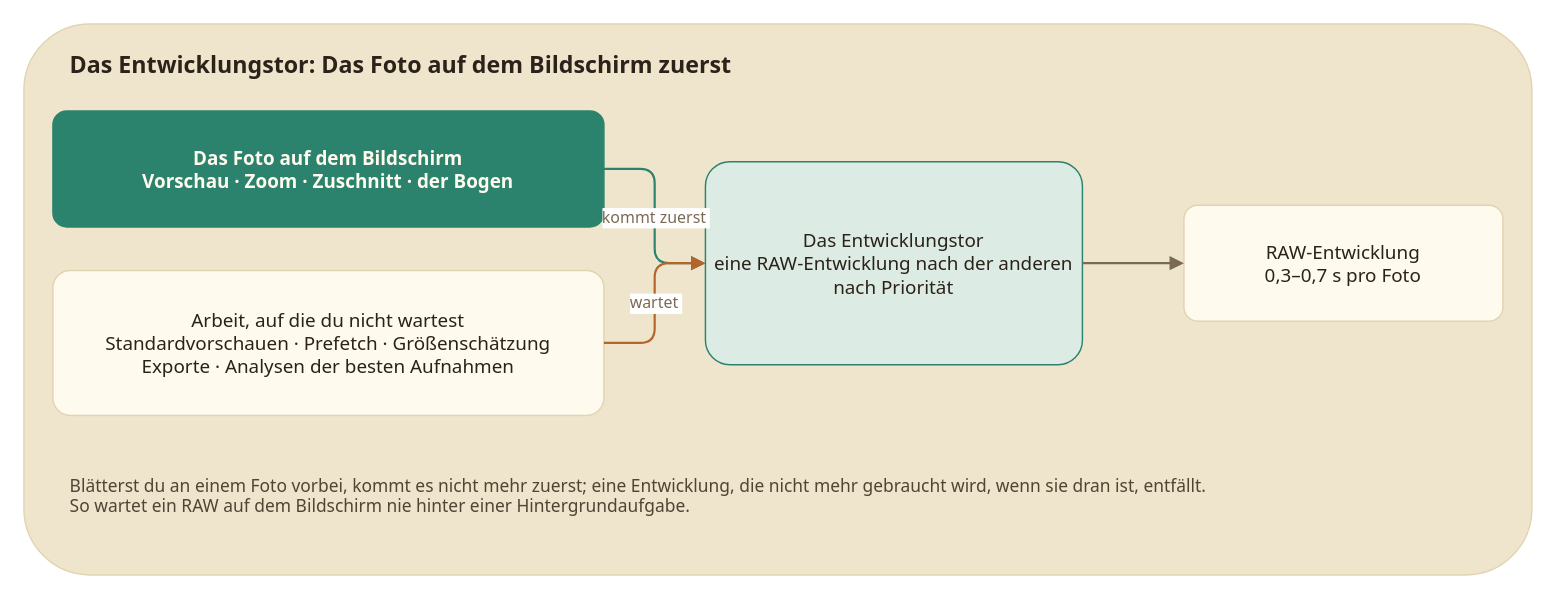
Earlier version of the draw.io diagram page "DE" (4 of 9) of docs/diagrams/develop-gate.drawio (hoangphi01/fotollection). Source tidied: cells renumbered, new cells numbered last; positions are measured from the earlier drawing's top-left corner, leaving out a move shared by most shapes. Both pictures are drawn from the tidied source at 145%, with x=0, y=0 at pixel (23, 23).
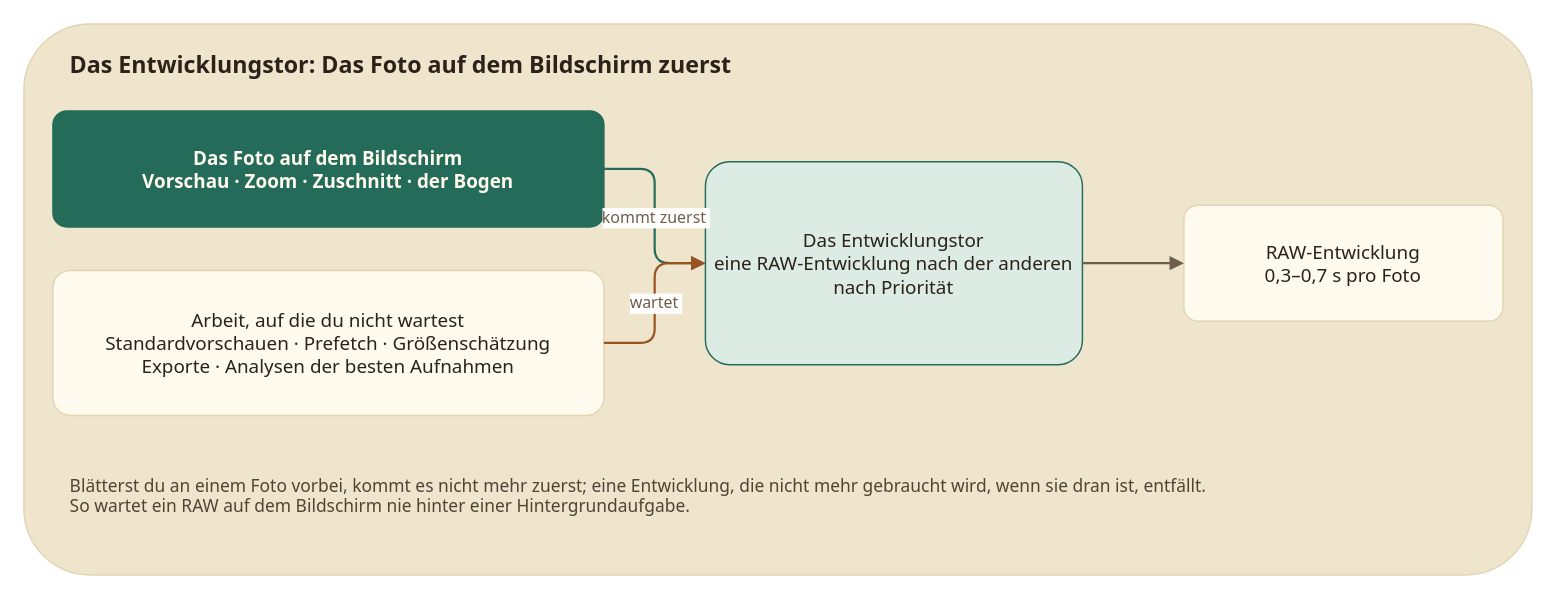
The same diagram, later.

The edit, as a diff of the source:
```diff
@@
 <mxGraphModel>
   <root>
     <mxCell id="0" />
     <mxCell id="1" parent="0" />
     <mxCell id="2" style="rounded=1;arcSize=12;whiteSpace=nowrap;html=0;fillColor=#efe5cc;strokeColor=#e2d4b3;fontColor=#2b2219;fontSize=13;fontFamily=system-ui,-apple-system,Segoe UI,sans-serif;align=center;verticalAlign=middle;spacingLeft=10;spacingRight=10;" parent="1" vertex="1">
       <mxGeometry width="1040" height="380" as="geometry" />
     </mxCell>
     <mxCell id="3" value="Das Entwicklungstor: Das Foto auf dem Bildschirm zuerst" style="rounded=1;arcSize=12;whiteSpace=nowrap;html=0;fillColor=none;strokeColor=none;fontColor=#2b2219;fontSize=16;fontFamily=system-ui,-apple-system,Segoe UI,sans-serif;align=left;verticalAlign=middle;spacingLeft=10;spacingRight=10;fontStyle=1;" parent="1" vertex="1">
       <mxGeometry x="20" y="12" width="1000" height="30" as="geometry" />
     </mxCell>
-    <mxCell id="4" value="Das Foto auf dem Bildschirm&#10;Vorschau · Zoom · Zuschnitt · der Bogen" style="rounded=1;arcSize=12;whiteSpace=nowrap;html=0;fillColor=#2c836d;strokeColor=#2c836d;fontColor=#fffaee;fontSize=13;fontFamily=system-ui,-apple-system,Segoe UI,sans-serif;align=center;verticalAlign=middle;spacingLeft=10;spacingRight=10;fontStyle=1;" parent="1" vertex="1">
+    <mxCell id="4" value="Das Foto auf dem Bildschirm&#10;Vorschau · Zoom · Zuschnitt · der Bogen" style="rounded=1;arcSize=12;whiteSpace=nowrap;html=0;fillColor=#246b59;strokeColor=#246b59;fontColor=#fffaee;fontSize=13;fontFamily=system-ui,-apple-system,Segoe UI,sans-serif;align=center;verticalAlign=middle;spacingLeft=10;spacingRight=10;fontStyle=1;" parent="1" vertex="1">
       <mxGeometry x="20" y="60" width="380" height="80" as="geometry" />
     </mxCell>
     <mxCell id="5" value="Arbeit, auf die du nicht wartest&#10;Standardvorschauen · Prefetch · Größenschätzung&#10;Exporte · Analysen der besten Aufnahmen" style="rounded=1;arcSize=12;whiteSpace=nowrap;html=0;fillColor=#fffaee;strokeColor=#e2d4b3;fontColor=#2b2219;fontSize=13;fontFamily=system-ui,-apple-system,Segoe UI,sans-serif;align=center;verticalAlign=middle;spacingLeft=10;spacingRight=10;" parent="1" vertex="1">
       <mxGeometry x="20" y="170" width="380" height="100" as="geometry" />
     </mxCell>
-    <mxCell id="6" value="Das Entwicklungstor&#10;eine RAW-Entwicklung nach der anderen&#10;nach Priorität" style="rounded=1;arcSize=12;whiteSpace=nowrap;html=0;fillColor=#dcebe3;strokeColor=#2c836d;fontColor=#2b2219;fontSize=13;fontFamily=system-ui,-apple-system,Segoe UI,sans-serif;align=center;verticalAlign=middle;spacingLeft=10;spacingRight=10;" parent="1" vertex="1">
+    <mxCell id="6" value="Das Entwicklungstor&#10;eine RAW-Entwicklung nach der anderen&#10;nach Priorität" style="rounded=1;arcSize=12;whiteSpace=nowrap;html=0;fillColor=#dcebe3;strokeColor=#246b59;fontColor=#2b2219;fontSize=13;fontFamily=system-ui,-apple-system,Segoe UI,sans-serif;align=center;verticalAlign=middle;spacingLeft=10;spacingRight=10;" parent="1" vertex="1">
       <mxGeometry x="470" y="95" width="260" height="140" as="geometry" />
     </mxCell>
     <mxCell id="7" value="RAW-Entwicklung&#10;0,3–0,7 s pro Foto" style="rounded=1;arcSize=12;whiteSpace=nowrap;html=0;fillColor=#fffaee;strokeColor=#e2d4b3;fontColor=#2b2219;fontSize=13;fontFamily=system-ui,-apple-system,Segoe UI,sans-serif;align=center;verticalAlign=middle;spacingLeft=10;spacingRight=10;" parent="1" vertex="1">
       <mxGeometry x="800" y="125" width="220" height="80" as="geometry" />
     </mxCell>
-    <mxCell id="8" value="kommt zuerst" style="edgeStyle=orthogonalEdgeStyle;rounded=1;html=0;endArrow=block;endFill=1;strokeColor=#2c836d;strokeWidth=1.5;fontColor=#7a6a55;fontSize=11;fontFamily=system-ui,-apple-system,Segoe UI,sans-serif;" parent="1" edge="1" source="4" target="6">
+    <mxCell id="8" value="kommt zuerst" style="edgeStyle=orthogonalEdgeStyle;rounded=1;html=0;endArrow=block;endFill=1;strokeColor=#246b59;strokeWidth=1.5;fontColor=#6e5e4a;fontSize=11;fontFamily=system-ui,-apple-system,Segoe UI,sans-serif;" parent="1" edge="1" source="4" target="6">
       <mxGeometry relative="1" as="geometry" />
     </mxCell>
-    <mxCell id="9" value="wartet" style="edgeStyle=orthogonalEdgeStyle;rounded=1;html=0;endArrow=block;endFill=1;strokeColor=#b5652a;strokeWidth=1.5;fontColor=#7a6a55;fontSize=11;fontFamily=system-ui,-apple-system,Segoe UI,sans-serif;" parent="1" edge="1" source="5" target="6">
+    <mxCell id="9" value="wartet" style="edgeStyle=orthogonalEdgeStyle;rounded=1;html=0;endArrow=block;endFill=1;strokeColor=#9a5220;strokeWidth=1.5;fontColor=#6e5e4a;fontSize=11;fontFamily=system-ui,-apple-system,Segoe UI,sans-serif;" parent="1" edge="1" source="5" target="6">
       <mxGeometry relative="1" as="geometry" />
     </mxCell>
-    <mxCell id="10" style="edgeStyle=orthogonalEdgeStyle;rounded=1;html=0;endArrow=block;endFill=1;strokeColor=#7a6a55;strokeWidth=1.5;fontColor=#7a6a55;fontSize=11;fontFamily=system-ui,-apple-system,Segoe UI,sans-serif;" parent="1" edge="1" source="6" target="7">
+    <mxCell id="10" style="edgeStyle=orthogonalEdgeStyle;rounded=1;html=0;endArrow=block;endFill=1;strokeColor=#6e5e4a;strokeWidth=1.5;fontColor=#6e5e4a;fontSize=11;fontFamily=system-ui,-apple-system,Segoe UI,sans-serif;" parent="1" edge="1" source="6" target="7">
       <mxGeometry relative="1" as="geometry" />
     </mxCell>
     <mxCell id="11" value="Blätterst du an einem Foto vorbei, kommt es nicht mehr zuerst; eine Entwicklung, die nicht mehr gebraucht wird, wenn sie dran ist, entfällt.&#10;So wartet ein RAW auf dem Bildschirm nie hinter einer Hintergrundaufgabe." style="rounded=1;arcSize=12;whiteSpace=nowrap;html=0;fillColor=none;strokeColor=none;fontColor=#514435;fontSize=12;fontFamily=system-ui,-apple-system,Segoe UI,sans-serif;align=left;verticalAlign=middle;spacingLeft=10;spacingRight=10;" parent="1" vertex="1">
       <mxGeometry x="20" y="290" width="1000" height="70" as="geometry" />
     </mxCell>
   </root>
 </mxGraphModel>
```
